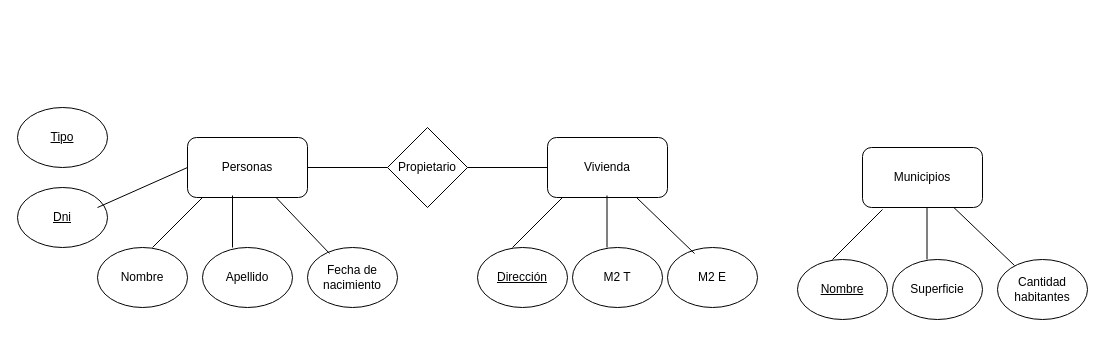
kevinld93/Diagramas keeps this draw.io diagram as Ej3.drawio. Above is the earlier version. Source tidied: cells renumbered, new cells numbered last; positions are measured from the earlier drawing's top-left corner, leaving out a move shared by most shapes. Both pictures are drawn from the tidied source at 100%, with x=0, y=0 at pixel (17, 107).
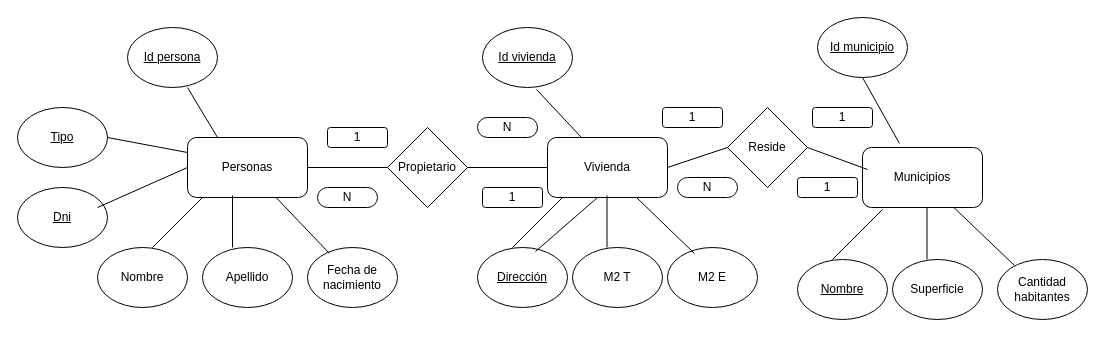
After the change.

The change refers to these unchanged cells:
```xml
<mxCell id="5" value="Personas" style="rounded=1;whiteSpace=wrap;html=1;" parent="1" vertex="1">
  <mxGeometry x="170" y="30" width="120" height="60" as="geometry" />
</mxCell>
<mxCell id="6" value="Municipios" style="rounded=1;whiteSpace=wrap;html=1;" parent="1" vertex="1">
  <mxGeometry x="845" y="40" width="120" height="60" as="geometry" />
</mxCell>
<mxCell id="12" value="&lt;u&gt;Dirección&lt;/u&gt;" style="ellipse;whiteSpace=wrap;html=1;" parent="1" vertex="1">
  <mxGeometry x="460" y="140" width="90" height="60" as="geometry" />
</mxCell>
```

What changed in the source:
```diff
@@
+    <mxCell id="29" style="endArrow=none;html=1;rounded=0;entryX=0;entryY=0.25;entryDx=0;entryDy=0;" parent="1" edge="1" target="5">
+      <mxGeometry relative="1" as="geometry">
+        <mxPoint x="90" y="30" as="sourcePoint" />
+      </mxGeometry>
+    </mxCell>
+    <mxCell id="30" value="&lt;u&gt;Id persona&lt;/u&gt;" style="ellipse;whiteSpace=wrap;html=1;" parent="1" vertex="1">
+      <mxGeometry x="110" y="-80" width="90" height="60" as="geometry" />
+    </mxCell>
+    <mxCell id="31" style="endArrow=none;html=1;rounded=0;exitX=0.25;exitY=0;exitDx=0;exitDy=0;" parent="1" edge="1" source="5">
+      <mxGeometry relative="1" as="geometry">
+        <mxPoint x="170" y="-20" as="targetPoint" />
+      </mxGeometry>
+    </mxCell>
+    <mxCell id="32" value="Reside" style="rhombus;whiteSpace=wrap;html=1;" parent="1" vertex="1">
+      <mxGeometry x="710" width="80" height="80" as="geometry" />
+    </mxCell>
+    <mxCell id="33" style="endArrow=none;html=1;rounded=0;entryX=0;entryY=0.5;entryDx=0;entryDy=0;" parent="1" edge="1" target="32">
+      <mxGeometry relative="1" as="geometry">
+        <mxPoint x="650" y="60" as="sourcePoint" />
+      </mxGeometry>
+    </mxCell>
+    <mxCell id="34" style="endArrow=none;html=1;rounded=0;exitX=0.644;exitY=0.067;exitDx=0;exitDy=0;exitPerimeter=0;" parent="1" edge="1" source="12">
+      <mxGeometry relative="1" as="geometry">
+        <mxPoint x="580" y="90" as="targetPoint" />
+      </mxGeometry>
+    </mxCell>
+    <mxCell id="35" style="endArrow=none;html=1;rounded=0;entryX=0.042;entryY=0.367;entryDx=0;entryDy=0;entryPerimeter=0;" parent="1" edge="1" target="6">
+      <mxGeometry relative="1" as="geometry">
+        <mxPoint x="790" y="40" as="sourcePoint" />
+      </mxGeometry>
+    </mxCell>
+    <mxCell id="36" value="&lt;u&gt;Id vivienda&lt;/u&gt;" style="ellipse;whiteSpace=wrap;html=1;" parent="1" vertex="1">
+      <mxGeometry x="465" y="-80" width="90" height="60" as="geometry" />
+    </mxCell>
+    <mxCell id="37" style="endArrow=none;html=1;rounded=0;entryX=0.6;entryY=1.033;entryDx=0;entryDy=0;entryPerimeter=0;" parent="1" edge="1" target="36">
+      <mxGeometry relative="1" as="geometry">
+        <mxPoint x="564" y="30" as="sourcePoint" />
+      </mxGeometry>
+    </mxCell>
+    <mxCell id="38" value="&lt;u&gt;Id municipio&lt;/u&gt;" style="ellipse;whiteSpace=wrap;html=1;" parent="1" vertex="1">
+      <mxGeometry x="800" y="-90" width="90" height="60" as="geometry" />
+    </mxCell>
+    <mxCell id="39" style="endArrow=none;html=1;rounded=0;entryX=0.6;entryY=1.033;entryDx=0;entryDy=0;entryPerimeter=0;exitX=0.308;exitY=-0.067;exitDx=0;exitDy=0;exitPerimeter=0;" parent="1" edge="1" source="6">
+      <mxGeometry relative="1" as="geometry">
+        <mxPoint x="845" y="-30" as="targetPoint" />
+      </mxGeometry>
+    </mxCell>
+    <mxCell id="40" value="1" style="rounded=1;whiteSpace=wrap;html=1;" parent="1" vertex="1">
+      <mxGeometry x="645" width="60" height="20" as="geometry" />
+    </mxCell>
+    <mxCell id="41" value="1" style="rounded=1;whiteSpace=wrap;html=1;" parent="1" vertex="1">
+      <mxGeometry x="795" width="60" height="20" as="geometry" />
+    </mxCell>
+    <mxCell id="42" value="1" style="rounded=1;whiteSpace=wrap;html=1;" parent="1" vertex="1">
+      <mxGeometry x="780" y="70" width="60" height="20" as="geometry" />
+    </mxCell>
+    <mxCell id="43" value="N" style="rounded=1;whiteSpace=wrap;html=1;arcSize=50;" parent="1" vertex="1">
+      <mxGeometry x="660" y="70" width="60" height="20" as="geometry" />
+    </mxCell>
+    <mxCell id="44" value="1" style="rounded=1;whiteSpace=wrap;html=1;" parent="1" vertex="1">
+      <mxGeometry x="310" y="20" width="60" height="20" as="geometry" />
+    </mxCell>
+    <mxCell id="45" value="N" style="rounded=1;whiteSpace=wrap;html=1;arcSize=50;" parent="1" vertex="1">
+      <mxGeometry x="460" y="10" width="60" height="20" as="geometry" />
+    </mxCell>
+    <mxCell id="46" value="N" style="rounded=1;whiteSpace=wrap;html=1;arcSize=50;" parent="1" vertex="1">
+      <mxGeometry x="300" y="80" width="60" height="20" as="geometry" />
+    </mxCell>
+    <mxCell id="47" value="1" style="rounded=1;whiteSpace=wrap;html=1;" parent="1" vertex="1">
+      <mxGeometry x="465" y="80" width="60" height="20" as="geometry" />
+    </mxCell>
```
